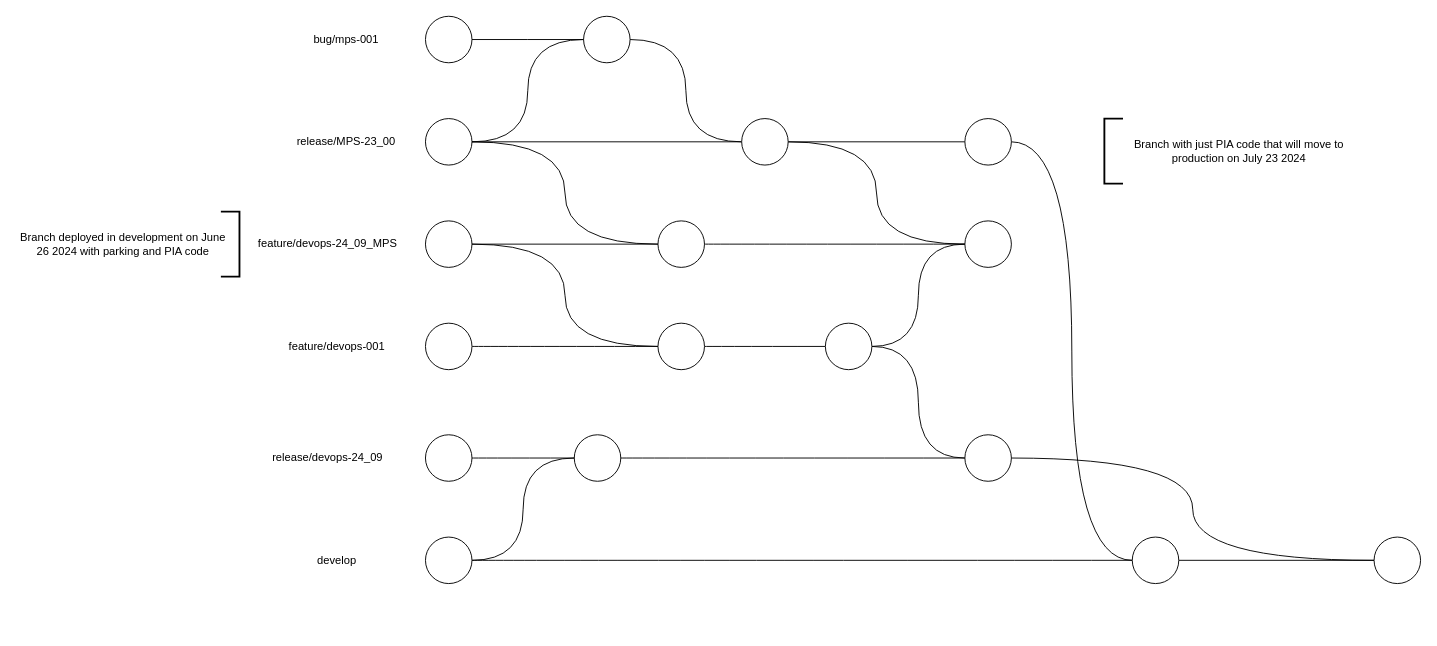
Above: pia-release-branching.drawio in pettll/diagrams (draw.io), before the change. Source tidied: cells renumbered, new cells numbered last; positions are measured from the earlier drawing's top-left corner, leaving out a move shared by most shapes. Both pictures are drawn from the tidied source at 93%, with x=0, y=0 at pixel (16, 16).
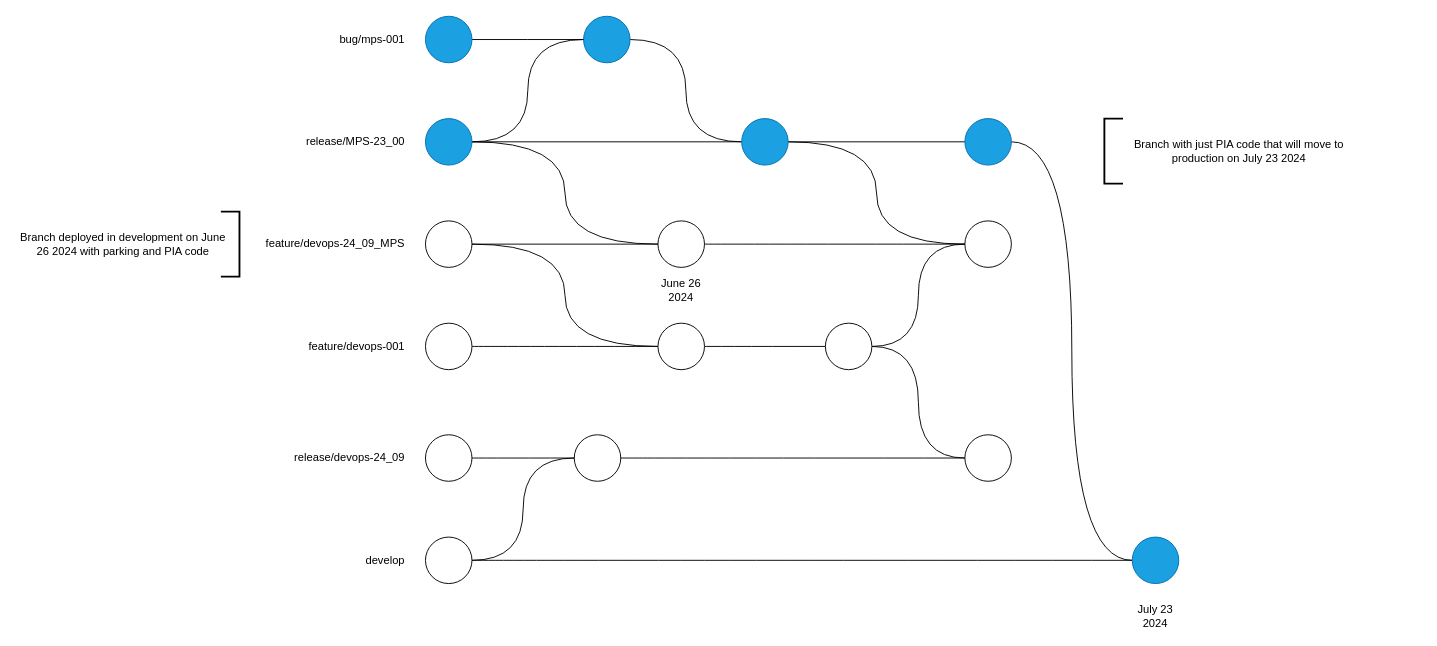
The same page after the edit.

The change refers to these unchanged cells:
```xml
<mxCell id="44" style="ellipse;whiteSpace=wrap;html=1;" parent="1" vertex="1">
  <mxGeometry x="1020" y="450" width="50" height="50" as="geometry" />
</mxCell>
```

The edit, as a diff of the source:
```diff
@@
-    <mxCell id="5" style="ellipse;whiteSpace=wrap;html=1;" parent="1" vertex="1">
+    <mxCell id="5" style="ellipse;whiteSpace=wrap;html=1;fillColor=#1ba1e2;fontColor=#ffffff;strokeColor=#006EAF;" parent="1" vertex="1">
       <mxGeometry x="440" y="110" width="50" height="50" as="geometry" />
     </mxCell>
@@
-    <mxCell id="10" style="ellipse;whiteSpace=wrap;html=1;" parent="1" vertex="1">
+    <mxCell id="10" style="ellipse;whiteSpace=wrap;html=1;fillColor=#1ba1e2;fontColor=#ffffff;strokeColor=#006EAF;" parent="1" vertex="1">
       <mxGeometry x="610" width="50" height="50" as="geometry" />
     </mxCell>
-    <mxCell id="11" value="release/MPS-23_00" style="text;html=1;align=center;verticalAlign=middle;whiteSpace=wrap;rounded=0;" parent="1" vertex="1">
-      <mxGeometry x="280" y="120" width="150" height="30" as="geometry" />
+    <mxCell id="11" value="release/MPS-23_00" style="text;html=1;align=right;verticalAlign=middle;whiteSpace=wrap;rounded=0;" parent="1" vertex="1">
+      <mxGeometry x="270" y="120" width="150" height="30" as="geometry" />
     </mxCell>
-    <mxCell id="12" value="feature/devops-24_09_MPS&lt;span dir=&quot;ltr&quot; class=&quot;ui-provider byi byj gr bff bfg bfh bfi bfj bfk bfl bfm bfn bfo bfp bfq bfr bfs bft bfu bfv byk byl bfy bfz bga bgb bgc bgd bge bgf bgg bgh bgi bgj bgk&quot;&gt;&lt;/span&gt;&lt;span dir=&quot;ltr&quot; class=&quot;ui-provider byi byj gr bff bfg bfh bfi bfj bfk bfl bfm bfn bfo bfp bfq bfr bfs bft bfu bfv byk byl bfy bfz bga bgb bgc bgd bge bgf bgg bgh bgi bgj bgk&quot;&gt;&lt;/span&gt;" style="text;html=1;align=center;verticalAlign=middle;whiteSpace=wrap;rounded=0;" parent="1" vertex="1">
-      <mxGeometry x="240" y="230" width="190" height="30" as="geometry" />
+    <mxCell id="12" value="feature/devops-24_09_MPS&lt;span class=&quot;ui-provider byi byj gr bff bfg bfh bfi bfj bfk bfl bfm bfn bfo bfp bfq bfr bfs bft bfu bfv byk byl bfy bfz bga bgb bgc bgd bge bgf bgg bgh bgi bgj bgk&quot; dir=&quot;ltr&quot;&gt;&lt;/span&gt;&lt;span class=&quot;ui-provider byi byj gr bff bfg bfh bfi bfj bfk bfl bfm bfn bfo bfp bfq bfr bfs bft bfu bfv byk byl bfy bfz bga bgb bgc bgd bge bgf bgg bgh bgi bgj bgk&quot; dir=&quot;ltr&quot;&gt;&lt;/span&gt;" style="text;html=1;align=right;verticalAlign=middle;whiteSpace=wrap;rounded=0;" parent="1" vertex="1">
+      <mxGeometry x="230" y="230" width="190" height="30" as="geometry" />
     </mxCell>
@@
-    <mxCell id="17" style="ellipse;whiteSpace=wrap;html=1;" parent="1" vertex="1">
+    <mxCell id="17" style="ellipse;whiteSpace=wrap;html=1;fillColor=#1ba1e2;fontColor=#ffffff;strokeColor=#006EAF;" parent="1" vertex="1">
       <mxGeometry x="780" y="110" width="50" height="50" as="geometry" />
     </mxCell>
-    <mxCell id="18" value="bug/mps-001" style="text;html=1;align=center;verticalAlign=middle;whiteSpace=wrap;rounded=0;" parent="1" vertex="1">
-      <mxGeometry x="280" y="10" width="150" height="30" as="geometry" />
+    <mxCell id="18" value="bug/mps-001" style="text;html=1;align=right;verticalAlign=middle;whiteSpace=wrap;rounded=0;" parent="1" vertex="1">
+      <mxGeometry x="270" y="10" width="150" height="30" as="geometry" />
     </mxCell>
@@
-    <mxCell id="23" value="feature/devops-001" style="text;html=1;align=center;verticalAlign=middle;whiteSpace=wrap;rounded=0;" parent="1" vertex="1">
+    <mxCell id="23" value="feature/devops-001" style="text;html=1;align=right;verticalAlign=middle;whiteSpace=wrap;rounded=0;" parent="1" vertex="1">
       <mxGeometry x="270" y="340" width="150" height="30" as="geometry" />
     </mxCell>
@@
-    <mxCell id="27" style="ellipse;whiteSpace=wrap;html=1;" parent="1" vertex="1">
+    <mxCell id="27" style="ellipse;whiteSpace=wrap;html=1;fillColor=#1ba1e2;fontColor=#ffffff;strokeColor=#006EAF;" parent="1" vertex="1">
       <mxGeometry x="440" width="50" height="50" as="geometry" />
     </mxCell>
@@
-    <mxCell id="33" value="release/devops-24_09" style="text;html=1;align=center;verticalAlign=middle;whiteSpace=wrap;rounded=0;" parent="1" vertex="1">
-      <mxGeometry x="240" y="460" width="190" height="30" as="geometry" />
+    <mxCell id="33" value="release/devops-24_09" style="text;html=1;align=right;verticalAlign=middle;whiteSpace=wrap;rounded=0;" parent="1" vertex="1">
+      <mxGeometry x="230" y="460" width="190" height="30" as="geometry" />
     </mxCell>
@@
-    <mxCell id="37" value="develop" style="text;html=1;align=center;verticalAlign=middle;whiteSpace=wrap;rounded=0;" parent="1" vertex="1">
+    <mxCell id="37" value="develop" style="text;html=1;align=right;verticalAlign=middle;whiteSpace=wrap;rounded=0;" parent="1" vertex="1">
       <mxGeometry x="270" y="570" width="150" height="30" as="geometry" />
     </mxCell>
@@
-    <mxCell id="40" style="edgeStyle=orthogonalEdgeStyle;rounded=0;jettySize=auto;html=1;endArrow=none;endFill=0;" parent="1" edge="1" source="41" target="45">
-      <mxGeometry relative="1" as="geometry" />
-    </mxCell>
-    <mxCell id="41" style="ellipse;whiteSpace=wrap;html=1;" parent="1" vertex="1">
+    <mxCell id="41" style="ellipse;whiteSpace=wrap;html=1;fillColor=#1ba1e2;fontColor=#ffffff;strokeColor=#006EAF;" parent="1" vertex="1">
       <mxGeometry x="1200" y="560" width="50" height="50" as="geometry" />
     </mxCell>
-    <mxCell id="42" style="ellipse;whiteSpace=wrap;html=1;" parent="1" vertex="1">
+    <mxCell id="42" style="ellipse;whiteSpace=wrap;html=1;fillColor=#1ba1e2;fontColor=#ffffff;strokeColor=#006EAF;" parent="1" vertex="1">
       <mxGeometry x="1020" y="110" width="50" height="50" as="geometry" />
     </mxCell>
-    <mxCell id="43" style="edgeStyle=orthogonalEdgeStyle;rounded=0;jettySize=auto;html=1;entryX=0;entryY=0.5;entryDx=0;entryDy=0;curved=1;endArrow=none;endFill=0;" parent="1" edge="1" source="44" target="45">
-      <mxGeometry relative="1" as="geometry" />
-    </mxCell>
@@
-    <mxCell id="45" style="ellipse;whiteSpace=wrap;html=1;" parent="1" vertex="1">
-      <mxGeometry x="1460" y="560" width="50" height="50" as="geometry" />
-    </mxCell>
@@
+    <mxCell id="50" value="July 23 2024" style="text;html=1;align=center;verticalAlign=middle;whiteSpace=wrap;rounded=0;" parent="1" vertex="1">
+      <mxGeometry x="1195" y="630" width="60" height="30" as="geometry" />
+    </mxCell>
+    <mxCell id="51" value="June 26 2024" style="text;html=1;align=center;verticalAlign=middle;whiteSpace=wrap;rounded=0;" parent="1" vertex="1">
+      <mxGeometry x="685" y="280" width="60" height="30" as="geometry" />
+    </mxCell>
```
